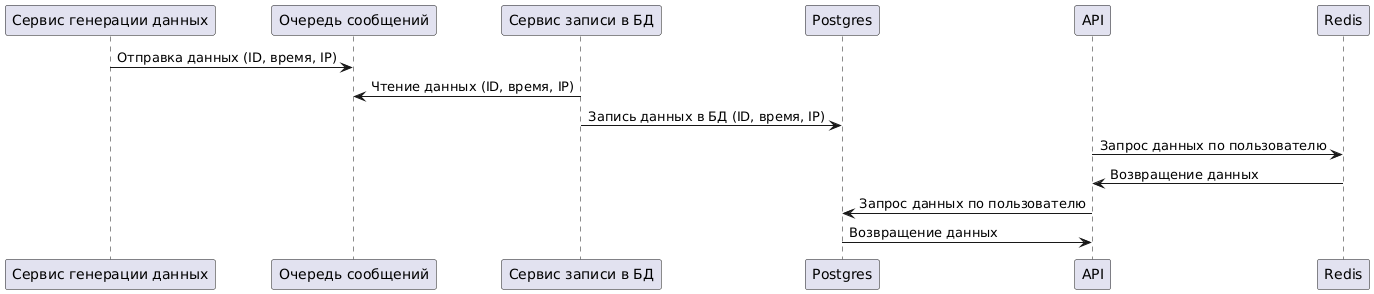
Before: docs/img2.png, a diagram exported from PlantUML (gardasar-code/GardasarCode.Lab.IPLogs). The source it was exported from:
```plantuml
@startuml
"Сервис генерации данных" -> "Очередь сообщений" : Отправка данных (ID, время, IP)
"Сервис записи в БД" -> "Очередь сообщений" : Чтение данных (ID, время, IP)
"Сервис записи в БД" -> "Postgres" : Запись данных в БД (ID, время, IP)
API -> "Redis" : Запрос данных по пользователю
API <- "Redis" : Возвращение данных
API -> "Postgres" : Запрос данных по пользователю
API <- "Postgres" : Возвращение данных
@enduml
```
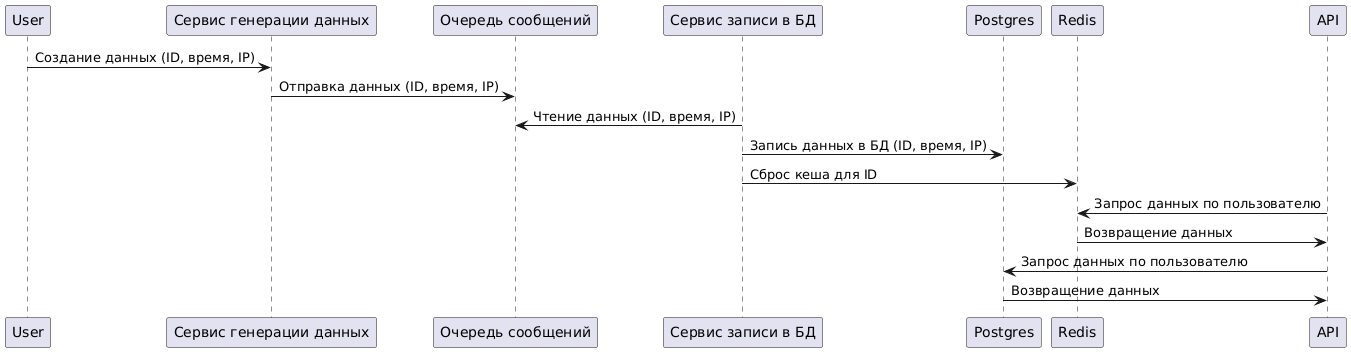
The same diagram one commit later.

Change to the diagram source:
```diff
@@ -1,7 +1,9 @@
 @startuml
+User -> "Сервис генерации данных" : Создание данных (ID, время, IP)
 "Сервис генерации данных" -> "Очередь сообщений" : Отправка данных (ID, время, IP)
 "Сервис записи в БД" -> "Очередь сообщений" : Чтение данных (ID, время, IP)
 "Сервис записи в БД" -> "Postgres" : Запись данных в БД (ID, время, IP)
+"Сервис записи в БД" -> "Redis" : Сброс кеша для ID
 API -> "Redis" : Запрос данных по пользователю
 API <- "Redis" : Возвращение данных
 API -> "Postgres" : Запрос данных по пользователю
```
